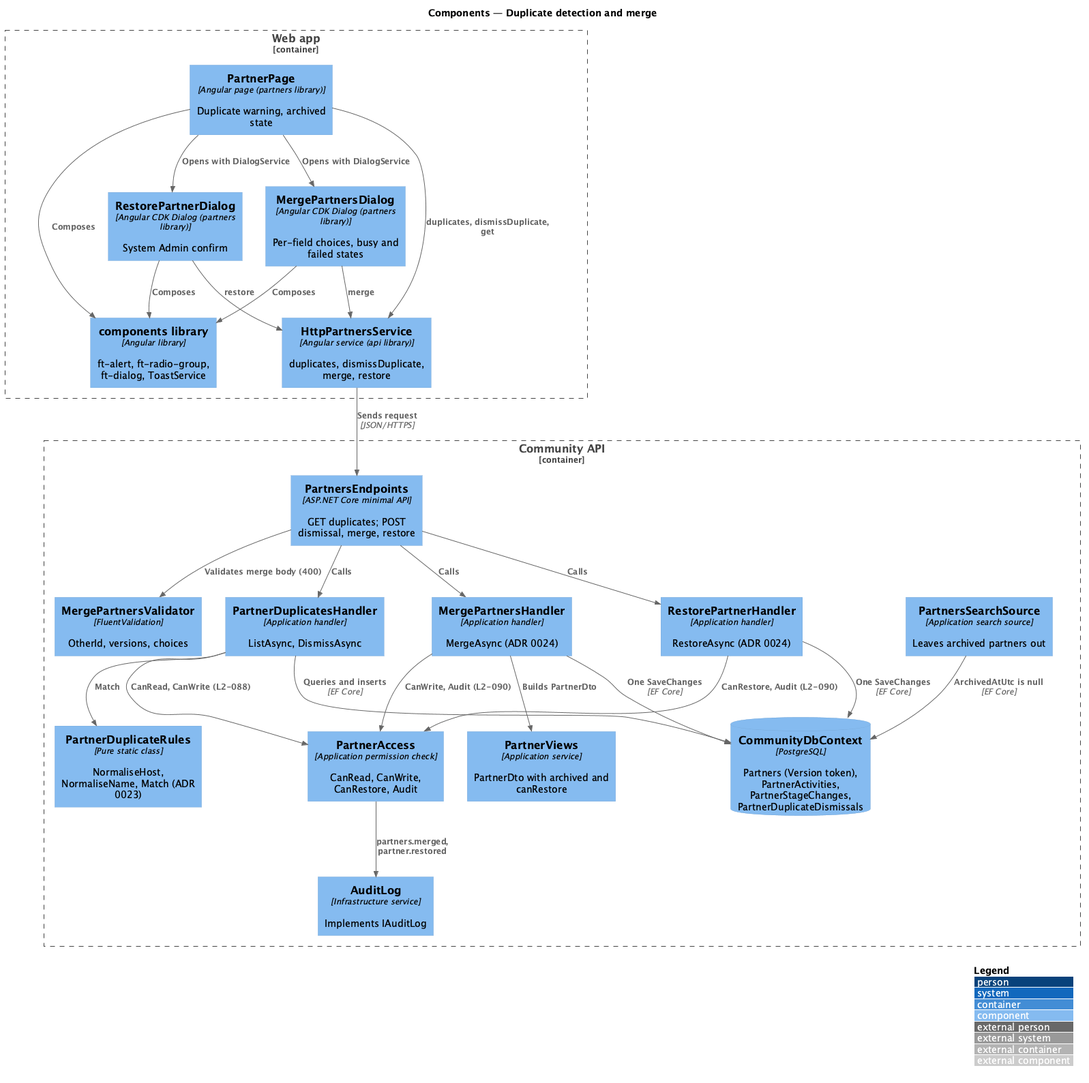
Before: docs/detailed-designs/partners/duplicate-detection-and-merge/diagrams/c4-component.png, a diagram exported from PlantUML (QuinntyneBrown/faithtech-community).
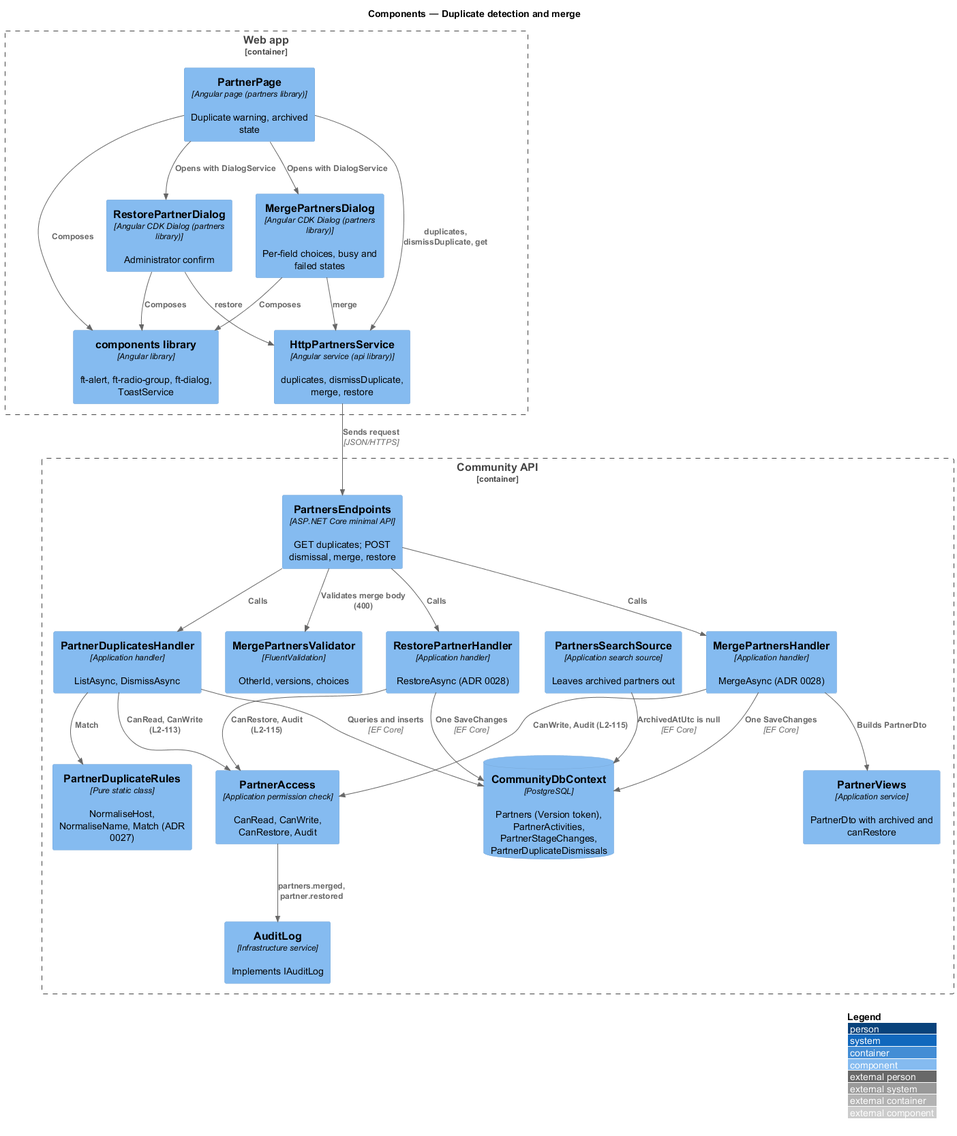
After the change.

Diff of the diagram source:
```diff
@@ -5,7 +5,7 @@
 Container_Boundary(web, "Web app") {
   Component(page, "PartnerPage", "Angular page (partners library)", "Duplicate warning, archived state")
   Component(merge, "MergePartnersDialog", "Angular CDK Dialog (partners library)", "Per-field choices, busy and failed states")
-  Component(restore, "RestorePartnerDialog", "Angular CDK Dialog (partners library)", "System Admin confirm")
+  Component(restore, "RestorePartnerDialog", "Angular CDK Dialog (partners library)", "Administrator confirm")
   Component(lib, "components library", "Angular library", "ft-alert, ft-radio-group, ft-dialog, ToastService")
   Component(svc, "HttpPartnersService", "Angular service (api library)", "duplicates, dismissDuplicate, merge, restore")
 }
@@ -13,9 +13,9 @@
   Component(ep, "PartnersEndpoints", "ASP.NET Core minimal API", "GET duplicates; POST dismissal, merge, restore")
   Component(val, "MergePartnersValidator", "FluentValidation", "OtherId, versions, choices")
   Component(dup, "PartnerDuplicatesHandler", "Application handler", "ListAsync, DismissAsync")
-  Component(rules, "PartnerDuplicateRules", "Pure static class", "NormaliseHost, NormaliseName, Match (ADR 0023)")
-  Component(mh, "MergePartnersHandler", "Application handler", "MergeAsync (ADR 0024)")
-  Component(rh, "RestorePartnerHandler", "Application handler", "RestoreAsync (ADR 0024)")
+  Component(rules, "PartnerDuplicateRules", "Pure static class", "NormaliseHost, NormaliseName, Match (ADR 0027)")
+  Component(mh, "MergePartnersHandler", "Application handler", "MergeAsync (ADR 0028)")
+  Component(rh, "RestorePartnerHandler", "Application handler", "RestoreAsync (ADR 0028)")
   Component(acc, "PartnerAccess", "Application permission check", "CanRead, CanWrite, CanRestore, Audit")
   Component(views, "PartnerViews", "Application service", "PartnerDto with archived and canRestore")
   Component(search, "PartnersSearchSource", "Application search source", "Leaves archived partners out")
@@ -36,9 +36,9 @@
 Rel(ep, mh, "Calls")
 Rel(ep, rh, "Calls")
 Rel(dup, rules, "Match")
-Rel(dup, acc, "CanRead, CanWrite (L2-088)")
-Rel(mh, acc, "CanWrite, Audit (L2-090)")
-Rel(rh, acc, "CanRestore, Audit (L2-090)")
+Rel(dup, acc, "CanRead, CanWrite (L2-113)")
+Rel(mh, acc, "CanWrite, Audit (L2-115)")
+Rel(rh, acc, "CanRestore, Audit (L2-115)")
 Rel(mh, views, "Builds PartnerDto")
 Rel(acc, audit, "partners.merged, partner.restored")
 Rel(dup, db, "Queries and inserts", "EF Core")
```
